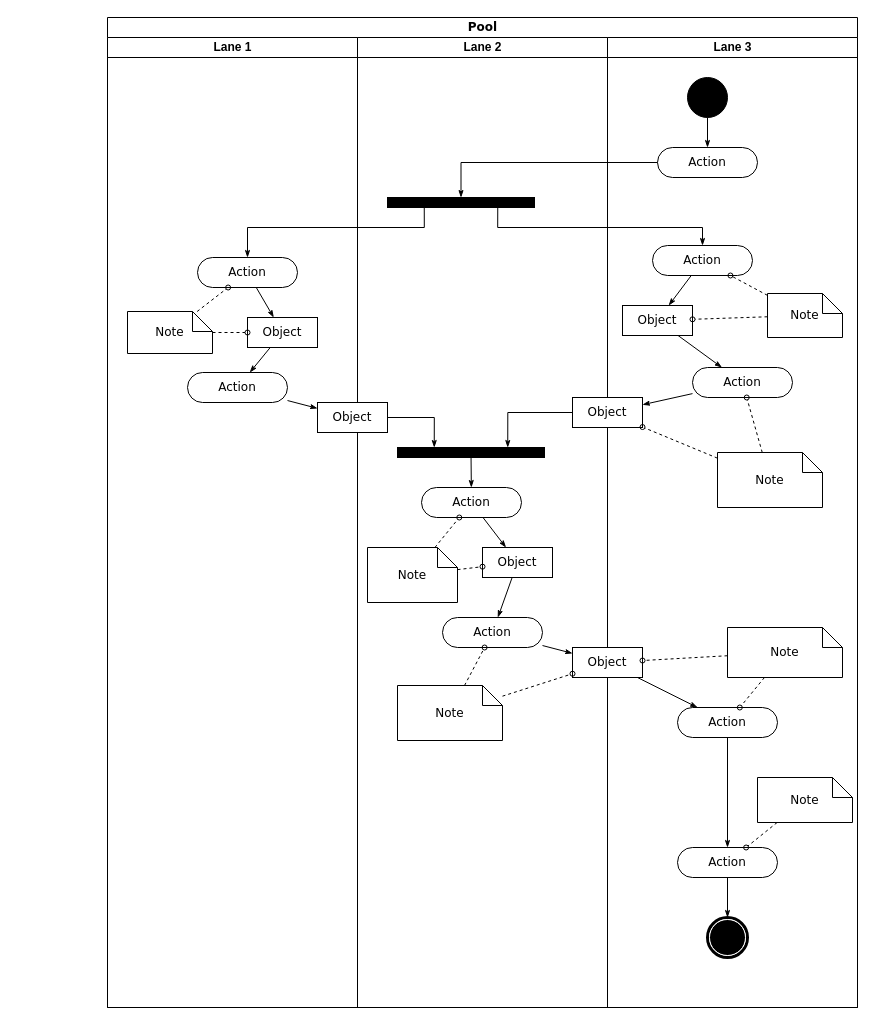
The draw.io diagram Untitled Diagram.drawio in jhayes56/Hayes-Practice-Repository, before the edit. Source tidied: cells renumbered, new cells numbered last; positions are measured from the earlier drawing's top-left corner, leaving out a move shared by most shapes. Both pictures are drawn from the tidied source at 100%, with x=0, y=0 at pixel (107, 17).
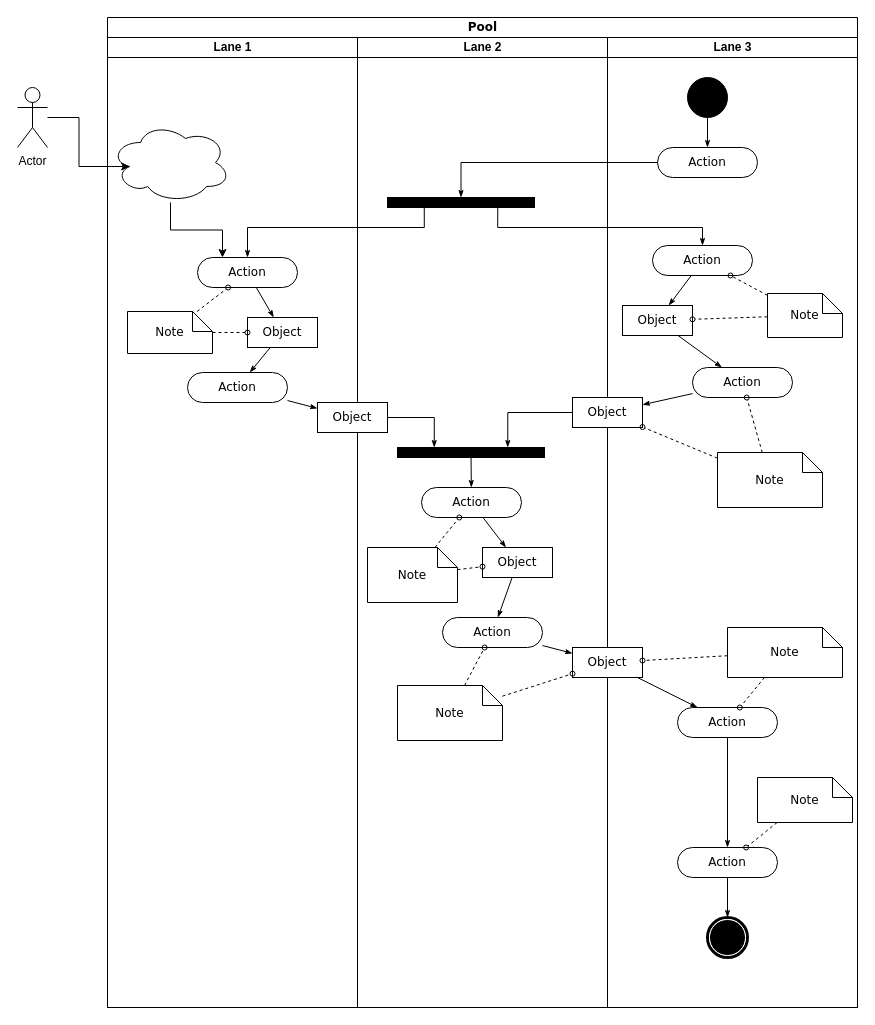
After the change.

Unchanged cells that the change refers to:
```xml
<mxCell id="3" value="Lane 1" style="swimlane;html=1;startSize=20;" parent="2" vertex="1">
  <mxGeometry y="20" width="250" height="970" as="geometry" />
</mxCell>
<mxCell id="5" value="Action" style="rounded=1;whiteSpace=wrap;html=1;shadow=0;comic=0;labelBackgroundColor=none;strokeWidth=1;fontFamily=Verdana;fontSize=12;align=center;arcSize=50;" parent="3" vertex="1">
  <mxGeometry x="90" y="220" width="100" height="30" as="geometry" />
</mxCell>
```

Diff of the diagram source:
```diff
@@
+    <mxCell id="64" style="edgeStyle=orthogonalEdgeStyle;rounded=0;jettySize=auto;html=1;entryX=0.25;entryY=0;entryDx=0;entryDy=0;" parent="3" edge="1" source="65" target="5">
+      <mxGeometry relative="1" as="geometry" />
+    </mxCell>
+    <mxCell id="65" style="ellipse;shape=cloud;whiteSpace=wrap;html=1;" parent="3" vertex="1">
+      <mxGeometry x="3" y="85" width="120" height="80" as="geometry" />
+    </mxCell>
@@
+    <mxCell id="66" value="Actor" style="shape=umlActor;verticalLabelPosition=bottom;verticalAlign=top;html=1;outlineConnect=0;" parent="1" vertex="1">
+      <mxGeometry x="-90" y="70" width="30" height="60" as="geometry" />
+    </mxCell>
+    <mxCell id="67" style="edgeStyle=orthogonalEdgeStyle;rounded=0;jettySize=auto;html=1;entryX=0.16;entryY=0.55;entryDx=0;entryDy=0;entryPerimeter=0;" parent="1" edge="1" source="66" target="65">
+      <mxGeometry relative="1" as="geometry" />
+    </mxCell>
```
